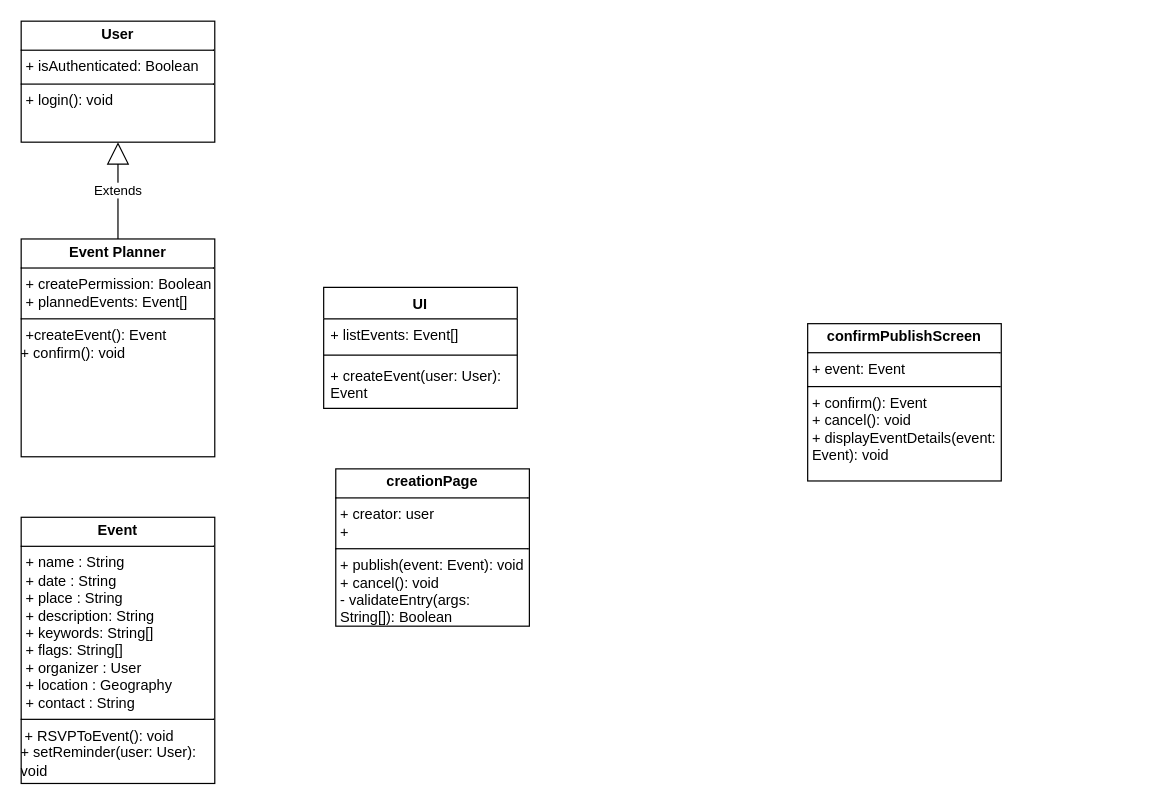
This is createEventClassDiagram.drawio from MigLyons/Draw.io, a draw.io file, before an edit. Source tidied: cells renumbered, new cells numbered last; positions are measured from the earlier drawing's top-left corner, leaving out a move shared by most shapes. Both pictures are drawn from the tidied source at 121%, with x=0, y=0 at pixel (21, 21).
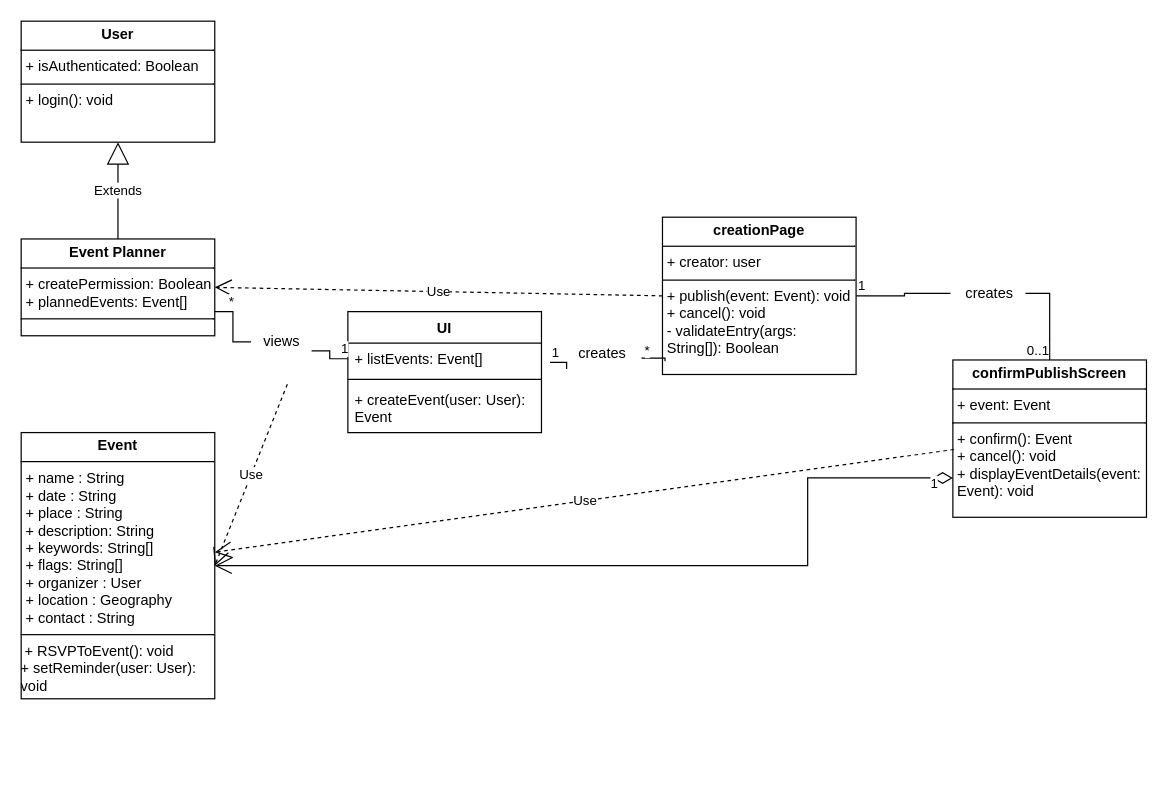
Above is the later version.

The change refers to these unchanged cells:
```xml
<mxCell id="8" value="+ listEvents: Event[]" style="text;strokeColor=none;fillColor=none;align=left;verticalAlign=top;spacingLeft=4;spacingRight=4;overflow=hidden;points=[[0,0.5],[1,0.5]];portConstraint=eastwest;whiteSpace=wrap;html=1;" parent="7" vertex="1">
  <mxGeometry y="26" width="160" height="26" as="geometry" />
</mxCell>
```

What changed in the source:
```diff
@@
     <mxCell id="2" value="&lt;p style=&quot;margin:0px;margin-top:4px;text-align:center;&quot;&gt;&lt;b&gt;Event&lt;/b&gt;&lt;br&gt;&lt;/p&gt;&lt;hr size=&quot;1&quot; style=&quot;border-style:solid;&quot;&gt;&lt;p style=&quot;margin:0px;margin-left:4px;&quot;&gt;+ name : String&lt;/p&gt;&lt;p style=&quot;margin:0px;margin-left:4px;&quot;&gt;+ date : String&lt;/p&gt;&lt;p style=&quot;margin:0px;margin-left:4px;&quot;&gt;+ place : String&lt;br&gt;&lt;/p&gt;&lt;p style=&quot;margin:0px;margin-left:4px;&quot;&gt;+ description: String&lt;/p&gt;&lt;p style=&quot;margin:0px;margin-left:4px;&quot;&gt;+ keywords: String[]&lt;/p&gt;&lt;p style=&quot;margin:0px;margin-left:4px;&quot;&gt;+ flags: String[]&lt;/p&gt;&lt;p style=&quot;margin:0px;margin-left:4px;&quot;&gt;+ organizer : User&lt;/p&gt;&lt;p style=&quot;margin:0px;margin-left:4px;&quot;&gt;+ location : Geography&lt;/p&gt;&lt;p style=&quot;margin:0px;margin-left:4px;&quot;&gt;+ contact : String&lt;br&gt;&lt;/p&gt;&lt;hr size=&quot;1&quot; style=&quot;border-style:solid;&quot;&gt;&lt;div&gt;&amp;nbsp;+ RSVPToEvent(): void&lt;/div&gt;&lt;div&gt;+ setReminder(user: User): void&lt;br&gt;&lt;/div&gt;&lt;div&gt;&lt;br&gt;&lt;/div&gt;" style="verticalAlign=top;align=left;overflow=fill;html=1;whiteSpace=wrap;" parent="1" vertex="1">
-      <mxGeometry y="410" width="160" height="220" as="geometry" />
+      <mxGeometry y="340" width="160" height="220" as="geometry" />
     </mxCell>
-    <mxCell id="3" value="&lt;p style=&quot;margin:0px;margin-top:4px;text-align:center;&quot;&gt;&lt;b&gt;Event Planner&lt;/b&gt;&lt;br&gt;&lt;/p&gt;&lt;hr size=&quot;1&quot; style=&quot;border-style:solid;&quot;&gt;&lt;p style=&quot;margin:0px;margin-left:4px;&quot;&gt;+ createPermission: Boolean&lt;/p&gt;&lt;p style=&quot;margin:0px;margin-left:4px;&quot;&gt;+ plannedEvents: Event[]&lt;br&gt;&lt;/p&gt;&lt;hr size=&quot;1&quot; style=&quot;border-style:solid;&quot;&gt;&lt;p style=&quot;margin:0px;margin-left:4px;&quot;&gt;+createEvent(): Event&lt;/p&gt;+ confirm(): void&lt;p style=&quot;margin:0px;margin-left:4px;&quot;&gt;&lt;/p&gt;&lt;p style=&quot;margin:0px;margin-left:4px;&quot;&gt;&lt;br&gt;&lt;/p&gt;" style="verticalAlign=top;align=left;overflow=fill;html=1;whiteSpace=wrap;" parent="1" vertex="1">
-      <mxGeometry y="180" width="160" height="180" as="geometry" />
+    <mxCell id="3" value="&lt;p style=&quot;margin:0px;margin-top:4px;text-align:center;&quot;&gt;&lt;b&gt;Event Planner&lt;/b&gt;&lt;br&gt;&lt;/p&gt;&lt;hr size=&quot;1&quot; style=&quot;border-style:solid;&quot;&gt;&lt;p style=&quot;margin:0px;margin-left:4px;&quot;&gt;+ createPermission: Boolean&lt;/p&gt;&lt;p style=&quot;margin:0px;margin-left:4px;&quot;&gt;+ plannedEvents: Event[]&lt;br&gt;&lt;/p&gt;&lt;hr size=&quot;1&quot; style=&quot;border-style:solid;&quot;&gt;" style="verticalAlign=top;align=left;overflow=fill;html=1;whiteSpace=wrap;" parent="1" vertex="1">
+      <mxGeometry y="180" width="160" height="80" as="geometry" />
     </mxCell>
@@
     <mxCell id="6" value="&lt;p style=&quot;margin:0px;margin-top:4px;text-align:center;&quot;&gt;&lt;b&gt;confirmPublishScreen&lt;/b&gt;&lt;/p&gt;&lt;hr size=&quot;1&quot; style=&quot;border-style:solid;&quot;&gt;&lt;p style=&quot;margin:0px;margin-left:4px;&quot;&gt;+ event: Event&lt;br&gt;&lt;/p&gt;&lt;hr size=&quot;1&quot; style=&quot;border-style:solid;&quot;&gt;&lt;p style=&quot;margin:0px;margin-left:4px;&quot;&gt;+ confirm(): Event&lt;/p&gt;&lt;p style=&quot;margin:0px;margin-left:4px;&quot;&gt;+ cancel(): void&lt;/p&gt;&lt;p style=&quot;margin:0px;margin-left:4px;&quot;&gt;+ displayEventDetails(event: Event): void&lt;/p&gt;" style="verticalAlign=top;align=left;overflow=fill;html=1;whiteSpace=wrap;" parent="1" vertex="1">
-      <mxGeometry x="650" y="250" width="160" height="130" as="geometry" />
+      <mxGeometry x="770" y="280" width="160" height="130" as="geometry" />
     </mxCell>
     <mxCell id="7" value="UI" style="swimlane;fontStyle=1;align=center;verticalAlign=top;horizontal=1;startSize=26;whiteSpace=wrap;html=1;" parent="1" vertex="1">
-      <mxGeometry x="250" y="220" width="160" height="100" as="geometry" />
+      <mxGeometry x="270" y="240" width="160" height="100" as="geometry" />
     </mxCell>
@@
-    <mxCell id="11" value="&lt;p style=&quot;margin:0px;margin-top:4px;text-align:center;&quot;&gt;&lt;b&gt;creationPage&lt;/b&gt;&lt;br&gt;&lt;/p&gt;&lt;hr size=&quot;1&quot; style=&quot;border-style:solid;&quot;&gt;&lt;p style=&quot;margin:0px;margin-left:4px;&quot;&gt;+ creator: user&lt;/p&gt;&lt;p style=&quot;margin:0px;margin-left:4px;&quot;&gt;+ &lt;br&gt;&lt;/p&gt;&lt;hr size=&quot;1&quot; style=&quot;border-style:solid;&quot;&gt;&lt;p style=&quot;margin:0px;margin-left:4px;&quot;&gt;+ publish(event: Event): void&lt;br&gt;+ cancel(): void&lt;/p&gt;&lt;p style=&quot;margin:0px;margin-left:4px;&quot;&gt;- validateEntry(args: String[]): Boolean&lt;/p&gt;&lt;p style=&quot;margin:0px;margin-left:4px;&quot;&gt;&lt;/p&gt;" style="verticalAlign=top;align=left;overflow=fill;html=1;whiteSpace=wrap;" parent="1" vertex="1">
-      <mxGeometry x="260" y="370" width="160" height="130" as="geometry" />
+    <mxCell id="11" value="&lt;p style=&quot;margin:0px;margin-top:4px;text-align:center;&quot;&gt;&lt;b&gt;creationPage&lt;/b&gt;&lt;br&gt;&lt;/p&gt;&lt;hr size=&quot;1&quot; style=&quot;border-style:solid;&quot;&gt;&lt;p style=&quot;margin:0px;margin-left:4px;&quot;&gt;+ creator: user&lt;/p&gt;&lt;hr size=&quot;1&quot; style=&quot;border-style:solid;&quot;&gt;&lt;p style=&quot;margin:0px;margin-left:4px;&quot;&gt;+ publish(event: Event): void&lt;br&gt;+ cancel(): void&lt;/p&gt;&lt;p style=&quot;margin:0px;margin-left:4px;&quot;&gt;- validateEntry(args: String[]): Boolean&lt;/p&gt;&lt;p style=&quot;margin:0px;margin-left:4px;&quot;&gt;&lt;/p&gt;" style="verticalAlign=top;align=left;overflow=fill;html=1;whiteSpace=wrap;" parent="1" vertex="1">
+      <mxGeometry x="530" y="162" width="160" height="130" as="geometry" />
     </mxCell>
+    <mxCell id="12" value="Use" style="endArrow=open;endSize=12;dashed=1;html=1;rounded=0;exitX=0;exitY=0.5;exitDx=0;exitDy=0;entryX=1;entryY=0.5;entryDx=0;entryDy=0;" parent="1" edge="1" target="2">
+      <mxGeometry relative="1" as="geometry">
+        <mxPoint x="220" y="300" as="sourcePoint" />
+      </mxGeometry>
+    </mxCell>
+    <mxCell id="13" value="Use" style="endArrow=open;endSize=12;dashed=1;html=1;rounded=0;exitX=0;exitY=0.5;exitDx=0;exitDy=0;entryX=1;entryY=0.5;entryDx=0;entryDy=0;" parent="1" edge="1" source="11" target="3">
+      <mxGeometry relative="1" as="geometry" />
+    </mxCell>
+    <mxCell id="14" value="Use" style="endArrow=open;endSize=12;dashed=1;html=1;rounded=0;exitX=0.006;exitY=0.569;exitDx=0;exitDy=0;exitPerimeter=0;" parent="1" edge="1" source="6" target="2">
+      <mxGeometry relative="1" as="geometry" />
+    </mxCell>
+    <mxCell id="15" value="1" style="endArrow=open;html=1;endSize=12;startArrow=diamondThin;startSize=14;startFill=0;edgeStyle=orthogonalEdgeStyle;align=left;verticalAlign=bottom;rounded=0;exitX=0;exitY=0.75;exitDx=0;exitDy=0;" parent="1" edge="1" source="6" target="2">
+      <mxGeometry x="-0.94" y="13" relative="1" as="geometry">
+        <Array as="points">
+          <mxPoint x="650" y="378" />
+          <mxPoint x="650" y="450" />
+        </Array>
+      </mxGeometry>
+    </mxCell>
+    <mxCell id="16" style="endArrow=none;html=1;edgeStyle=orthogonalEdgeStyle;rounded=0;exitX=1;exitY=0.75;exitDx=0;exitDy=0;entryX=0;entryY=0.5;entryDx=0;entryDy=0;" parent="1" edge="1" source="20" target="8">
+      <mxGeometry relative="1" as="geometry" />
+    </mxCell>
+    <mxCell id="17" value="1" style="edgeLabel;html=1;align=right;verticalAlign=bottom;" parent="16" vertex="1">
+      <mxGeometry x="1" relative="1" as="geometry" />
+    </mxCell>
+    <mxCell id="18" style="endArrow=none;html=1;edgeStyle=orthogonalEdgeStyle;rounded=0;exitX=1;exitY=0.75;exitDx=0;exitDy=0;entryX=0;entryY=0.5;entryDx=0;entryDy=0;" parent="1" edge="1" source="3" target="20">
+      <mxGeometry relative="1" as="geometry" />
+    </mxCell>
+    <mxCell id="19" value="*" style="edgeLabel;html=1;align=left;verticalAlign=bottom;" parent="18" vertex="1">
+      <mxGeometry x="-1" relative="1" as="geometry">
+        <mxPoint x="10" as="offset" />
+      </mxGeometry>
+    </mxCell>
+    <mxCell id="20" value="views" style="text;html=1;align=center;verticalAlign=middle;points=[];strokeColor=none;fillColor=none;" parent="1" vertex="1">
+      <mxGeometry x="190" y="250" width="50" height="30" as="geometry" />
+    </mxCell>
+    <mxCell id="21" style="endArrow=none;html=1;edgeStyle=orthogonalEdgeStyle;rounded=0;exitX=1.044;exitY=0.615;exitDx=0;exitDy=0;exitPerimeter=0;entryX=0.013;entryY=0.915;entryDx=0;entryDy=0;entryPerimeter=0;" parent="1" edge="1" source="25" target="11">
+      <mxGeometry relative="1" as="geometry" />
+    </mxCell>
+    <mxCell id="22" value="*" style="edgeLabel;html=1;align=right;verticalAlign=bottom;" parent="21" vertex="1">
+      <mxGeometry x="1" relative="1" as="geometry">
+        <mxPoint x="-12" y="-1" as="offset" />
+      </mxGeometry>
+    </mxCell>
+    <mxCell id="23" style="endArrow=none;html=1;edgeStyle=orthogonalEdgeStyle;rounded=0;exitX=1.044;exitY=0.615;exitDx=0;exitDy=0;exitPerimeter=0;entryX=0.013;entryY=0.915;entryDx=0;entryDy=0;entryPerimeter=0;" parent="1" edge="1" source="8" target="25">
+      <mxGeometry relative="1" as="geometry" />
+    </mxCell>
+    <mxCell id="24" value="1" style="edgeLabel;html=1;align=left;verticalAlign=bottom;" parent="23" vertex="1">
+      <mxGeometry x="-1" relative="1" as="geometry" />
+    </mxCell>
+    <mxCell id="25" value="creates" style="text;html=1;align=center;verticalAlign=middle;points=[];strokeColor=none;fillColor=none;" parent="1" vertex="1">
+      <mxGeometry x="450" y="260" width="60" height="30" as="geometry" />
+    </mxCell>
+    <mxCell id="26" style="endArrow=none;html=1;edgeStyle=orthogonalEdgeStyle;rounded=0;exitX=1;exitY=0.5;exitDx=0;exitDy=0;entryX=0.5;entryY=0;entryDx=0;entryDy=0;" parent="1" edge="1" source="30" target="6">
+      <mxGeometry relative="1" as="geometry" />
+    </mxCell>
+    <mxCell id="27" value="0..1" style="edgeLabel;html=1;align=right;verticalAlign=bottom;" parent="26" vertex="1">
+      <mxGeometry x="1" relative="1" as="geometry" />
+    </mxCell>
+    <mxCell id="28" style="endArrow=none;html=1;edgeStyle=orthogonalEdgeStyle;rounded=0;exitX=1;exitY=0.5;exitDx=0;exitDy=0;entryX=-0.033;entryY=0.5;entryDx=0;entryDy=0;entryPerimeter=0;" parent="1" edge="1" source="11" target="30">
+      <mxGeometry relative="1" as="geometry">
+        <Array as="points">
+          <mxPoint x="730" y="227" />
+          <mxPoint x="730" y="225" />
+        </Array>
+      </mxGeometry>
+    </mxCell>
+    <mxCell id="29" value="1" style="edgeLabel;html=1;align=left;verticalAlign=bottom;" parent="28" vertex="1">
+      <mxGeometry x="-1" relative="1" as="geometry" />
+    </mxCell>
+    <mxCell id="30" value="creates" style="text;html=1;align=center;verticalAlign=middle;points=[];strokeColor=none;fillColor=none;" parent="1" vertex="1">
+      <mxGeometry x="770" y="210" width="60" height="30" as="geometry" />
+    </mxCell>
```
